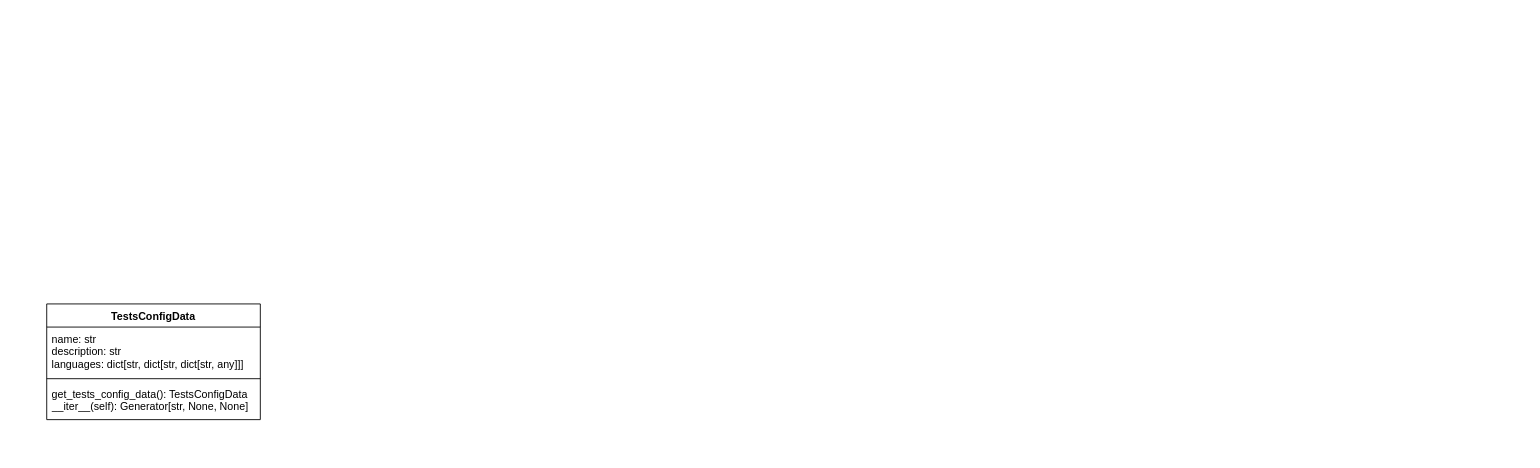
Above: docs/presentation/sources/fplb_class_diagram.drawio in eleven5150/mips-emulation (draw.io), before the change. Source tidied: cells renumbered, new cells numbered last; positions are measured from the earlier drawing's top-left corner, leaving out a move shared by most shapes. Both pictures are drawn from the tidied source at 89%, with x=0, y=0 at pixel (46, 303).
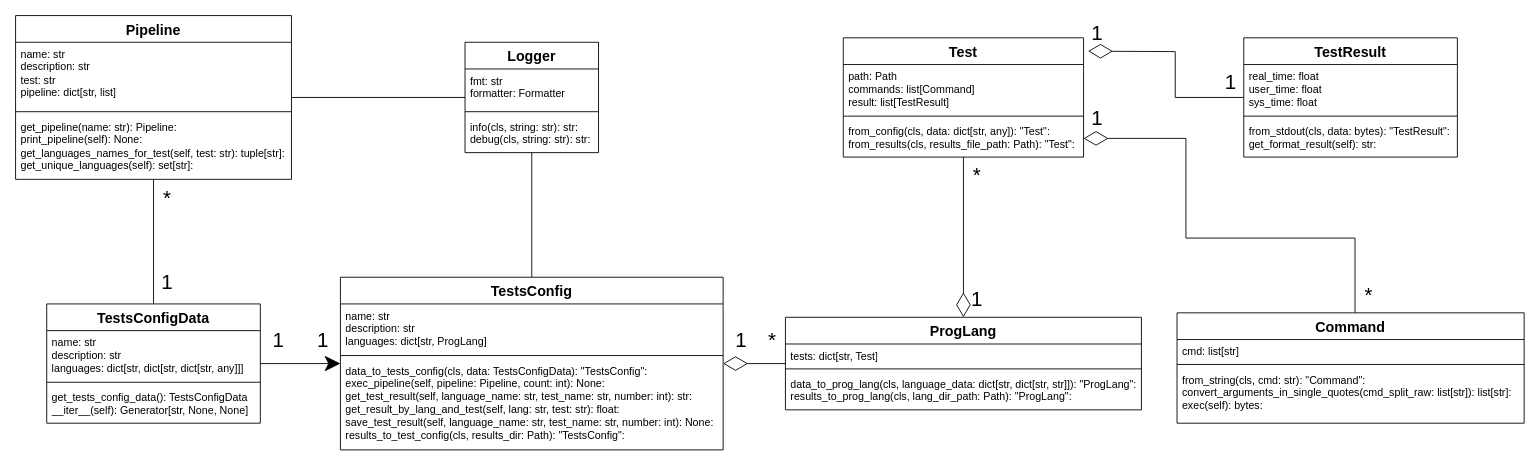
After the change.

Commit message (it also covers changes not shown here):
Added FPLB class diagram

What changed in the source:
```diff
@@
+    <mxCell id="6" style="edgeStyle=orthogonalEdgeStyle;rounded=0;jettySize=auto;html=1;endArrow=none;endFill=0;" parent="1" edge="1" source="2" target="7">
+      <mxGeometry relative="1" as="geometry" />
+    </mxCell>
-    <mxCell id="2" value="TestsConfigData" style="swimlane;fontStyle=1;align=center;verticalAlign=top;horizontal=1;startSize=26;whiteSpace=wrap;html=1;" parent="1" vertex="1">
-      <mxGeometry width="240" height="130" as="geometry" />
+    <mxCell id="2" value="&lt;font style=&quot;font-size: 16px;&quot;&gt;TestsConfigData&lt;/font&gt;" style="swimlane;fontStyle=1;align=center;verticalAlign=top;horizontal=1;startSize=30;whiteSpace=wrap;html=1;" parent="1" vertex="1">
+      <mxGeometry width="240" height="134" as="geometry" />
     </mxCell>
     <mxCell id="3" value="name: str&lt;div&gt;description: str&lt;br&gt;&lt;/div&gt;&lt;div&gt;languages: dict[str, dict[str, dict[str, any]]]&lt;br&gt;&lt;/div&gt;" style="text;strokeColor=none;fillColor=none;align=left;verticalAlign=top;spacingLeft=4;spacingRight=4;overflow=hidden;whiteSpace=wrap;html=1;" parent="2" vertex="1">
-      <mxGeometry y="26" width="240" height="54" as="geometry" />
+      <mxGeometry y="30" width="240" height="54" as="geometry" />
     </mxCell>
     <mxCell id="4" style="line;strokeWidth=1;fillColor=none;align=left;verticalAlign=middle;spacingTop=-1;spacingLeft=3;spacingRight=3;labelPosition=right;strokeColor=inherit;" parent="2" vertex="1">
-      <mxGeometry y="80" width="240" height="8" as="geometry" />
+      <mxGeometry y="84" width="240" height="8" as="geometry" />
     </mxCell>
     <mxCell id="5" value="get_tests_config_data(): TestsConfigData&lt;br&gt;__iter__(self): Generator[str, None, None]" style="text;strokeColor=none;fillColor=none;align=left;verticalAlign=top;spacingLeft=4;spacingRight=4;overflow=hidden;whiteSpace=wrap;html=1;" parent="2" vertex="1">
-      <mxGeometry y="88" width="240" height="42" as="geometry" />
+      <mxGeometry y="92" width="240" height="42" as="geometry" />
     </mxCell>
+    <mxCell id="7" value="&lt;font style=&quot;font-size: 16px;&quot;&gt;Pipeline&lt;/font&gt;" style="swimlane;fontStyle=1;align=center;verticalAlign=top;horizontal=1;startSize=30;whiteSpace=wrap;html=1;" parent="1" vertex="1">
+      <mxGeometry x="-35" y="-324" width="310" height="184" as="geometry" />
+    </mxCell>
+    <mxCell id="8" value="&lt;div&gt;name: str&lt;/div&gt;&lt;div&gt;description: str&lt;/div&gt;&lt;div&gt;test: str&lt;/div&gt;&lt;div&gt;pipeline: dict[str, list]&lt;/div&gt;" style="text;strokeColor=none;fillColor=none;align=left;verticalAlign=top;spacingLeft=4;spacingRight=4;overflow=hidden;whiteSpace=wrap;html=1;" parent="7" vertex="1">
+      <mxGeometry y="30" width="310" height="74" as="geometry" />
+    </mxCell>
+    <mxCell id="9" style="line;strokeWidth=1;fillColor=none;align=left;verticalAlign=middle;spacingTop=-1;spacingLeft=3;spacingRight=3;labelPosition=right;strokeColor=inherit;" parent="7" vertex="1">
+      <mxGeometry y="104" width="310" height="8" as="geometry" />
+    </mxCell>
+    <mxCell id="10" value="get_pipeline(name: str): Pipeline:&lt;br&gt;print_pipeline(self): None:&lt;br&gt;get_languages_names_for_test(self, test: str): tuple[str]:&lt;br&gt;get_unique_languages(self): set[str]:&lt;br&gt;&lt;br&gt;&lt;div&gt;&lt;br&gt;&lt;/div&gt;" style="text;strokeColor=none;fillColor=none;align=left;verticalAlign=top;spacingLeft=4;spacingRight=4;overflow=hidden;whiteSpace=wrap;html=1;" parent="7" vertex="1">
+      <mxGeometry y="112" width="310" height="72" as="geometry" />
+    </mxCell>
+    <mxCell id="11" value="&lt;font style=&quot;font-size: 16px;&quot;&gt;TestsConfig&lt;/font&gt;" style="swimlane;fontStyle=1;align=center;verticalAlign=top;horizontal=1;startSize=30;whiteSpace=wrap;html=1;" parent="1" vertex="1">
+      <mxGeometry x="330" y="-30" width="430" height="194" as="geometry" />
+    </mxCell>
+    <mxCell id="12" value="&lt;div&gt;name: str&lt;/div&gt;&lt;div&gt;description: str&lt;/div&gt;&lt;div&gt;languages: dict[str, ProgLang]&lt;/div&gt;" style="text;strokeColor=none;fillColor=none;align=left;verticalAlign=top;spacingLeft=4;spacingRight=4;overflow=hidden;whiteSpace=wrap;html=1;" parent="11" vertex="1">
+      <mxGeometry y="30" width="430" height="54" as="geometry" />
+    </mxCell>
+    <mxCell id="13" style="line;strokeWidth=1;fillColor=none;align=left;verticalAlign=middle;spacingTop=-1;spacingLeft=3;spacingRight=3;labelPosition=right;strokeColor=inherit;" parent="11" vertex="1">
+      <mxGeometry y="84" width="430" height="8" as="geometry" />
+    </mxCell>
+    <mxCell id="14" value="data_to_tests_config(cls, data: TestsConfigData): &quot;TestsConfig&quot;:&lt;br&gt;exec_pipeline(self, pipeline: Pipeline, count: int): None:&lt;br&gt;get_test_result(self, language_name: str, test_name: str, number: int): str:&lt;br&gt;get_result_by_lang_and_test(self, lang: str, test: str): float:&lt;br&gt;save_test_result(self, language_name: str, test_name: str, number: int): None:&lt;br&gt;results_to_test_config(cls, results_dir: Path): &quot;TestsConfig&quot;:" style="text;strokeColor=none;fillColor=none;align=left;verticalAlign=top;spacingLeft=4;spacingRight=4;overflow=hidden;whiteSpace=wrap;html=1;" parent="11" vertex="1">
+      <mxGeometry y="92" width="430" height="102" as="geometry" />
+    </mxCell>
+    <mxCell id="15" style="edgeStyle=orthogonalEdgeStyle;rounded=0;jettySize=auto;html=1;endArrow=diamondThin;endFill=0;endSize=25;" parent="1" edge="1" source="16" target="11">
+      <mxGeometry relative="1" as="geometry" />
+    </mxCell>
+    <mxCell id="16" value="&lt;font style=&quot;font-size: 16px;&quot;&gt;ProgLang&lt;/font&gt;" style="swimlane;fontStyle=1;align=center;verticalAlign=top;horizontal=1;startSize=30;whiteSpace=wrap;html=1;" parent="1" vertex="1">
+      <mxGeometry x="830" y="15" width="400" height="104" as="geometry" />
+    </mxCell>
+    <mxCell id="17" value="tests: dict[str, Test]" style="text;strokeColor=none;fillColor=none;align=left;verticalAlign=top;spacingLeft=4;spacingRight=4;overflow=hidden;whiteSpace=wrap;html=1;" parent="16" vertex="1">
+      <mxGeometry y="30" width="400" height="24" as="geometry" />
+    </mxCell>
+    <mxCell id="18" style="line;strokeWidth=1;fillColor=none;align=left;verticalAlign=middle;spacingTop=-1;spacingLeft=3;spacingRight=3;labelPosition=right;strokeColor=inherit;" parent="16" vertex="1">
+      <mxGeometry y="54" width="400" height="8" as="geometry" />
+    </mxCell>
+    <mxCell id="19" value="data_to_prog_lang(cls, language_data: dict[str, dict[str, str]]): &quot;ProgLang&quot;:&lt;br&gt;results_to_prog_lang(cls, lang_dir_path: Path): &quot;ProgLang&quot;:&lt;br&gt;&lt;div&gt;&lt;br&gt;&lt;/div&gt;" style="text;strokeColor=none;fillColor=none;align=left;verticalAlign=top;spacingLeft=4;spacingRight=4;overflow=hidden;whiteSpace=wrap;html=1;" parent="16" vertex="1">
+      <mxGeometry y="62" width="400" height="42" as="geometry" />
+    </mxCell>
+    <mxCell id="20" style="edgeStyle=orthogonalEdgeStyle;rounded=0;jettySize=auto;html=1;endArrow=diamondThin;endFill=0;endSize=25;" parent="1" edge="1" source="21" target="16">
+      <mxGeometry relative="1" as="geometry" />
+    </mxCell>
+    <mxCell id="21" value="&lt;font style=&quot;font-size: 16px;&quot;&gt;Test&lt;/font&gt;" style="swimlane;fontStyle=1;align=center;verticalAlign=top;horizontal=1;startSize=30;whiteSpace=wrap;html=1;" parent="1" vertex="1">
+      <mxGeometry x="895" y="-299" width="270" height="134" as="geometry" />
+    </mxCell>
+    <mxCell id="22" value="&lt;div&gt;path: Path&lt;/div&gt;&lt;div&gt;commands: list[Command]&lt;/div&gt;&lt;div&gt;&lt;span style=&quot;background-color: initial;&quot;&gt;result: list[TestResult]&lt;/span&gt;&lt;/div&gt;" style="text;strokeColor=none;fillColor=none;align=left;verticalAlign=top;spacingLeft=4;spacingRight=4;overflow=hidden;whiteSpace=wrap;html=1;" parent="21" vertex="1">
+      <mxGeometry y="30" width="270" height="54" as="geometry" />
+    </mxCell>
+    <mxCell id="23" style="line;strokeWidth=1;fillColor=none;align=left;verticalAlign=middle;spacingTop=-1;spacingLeft=3;spacingRight=3;labelPosition=right;strokeColor=inherit;" parent="21" vertex="1">
+      <mxGeometry y="84" width="270" height="8" as="geometry" />
+    </mxCell>
+    <mxCell id="24" value="from_config(cls, data: dict[str, any]): &quot;Test&quot;:&lt;br&gt;from_results(cls, results_file_path: Path): &quot;Test&quot;:" style="text;strokeColor=none;fillColor=none;align=left;verticalAlign=top;spacingLeft=4;spacingRight=4;overflow=hidden;points=[[0,0.5],[1,0.5]];portConstraint=eastwest;whiteSpace=wrap;html=1;" parent="21" vertex="1">
+      <mxGeometry y="92" width="270" height="42" as="geometry" />
+    </mxCell>
+    <mxCell id="25" style="edgeStyle=orthogonalEdgeStyle;rounded=0;jettySize=auto;html=1;entryX=1;entryY=0.5;entryDx=0;entryDy=0;endArrow=diamondThin;endFill=0;endSize=25;strokeWidth=1;" parent="1" edge="1" source="26" target="24">
+      <mxGeometry relative="1" as="geometry">
+        <Array as="points">
+          <mxPoint x="1470" y="-74" />
+          <mxPoint x="1280" y="-74" />
+          <mxPoint x="1280" y="-186" />
+        </Array>
+      </mxGeometry>
+    </mxCell>
+    <mxCell id="26" value="&lt;font style=&quot;font-size: 16px;&quot;&gt;Command&lt;/font&gt;" style="swimlane;fontStyle=1;align=center;verticalAlign=top;horizontal=1;startSize=30;whiteSpace=wrap;html=1;" parent="1" vertex="1">
+      <mxGeometry x="1270" y="10" width="390" height="124" as="geometry" />
+    </mxCell>
+    <mxCell id="27" value="cmd: list[str]" style="text;strokeColor=none;fillColor=none;align=left;verticalAlign=top;spacingLeft=4;spacingRight=4;overflow=hidden;whiteSpace=wrap;html=1;" parent="26" vertex="1">
+      <mxGeometry y="30" width="390" height="24" as="geometry" />
+    </mxCell>
+    <mxCell id="28" style="line;strokeWidth=1;fillColor=none;align=left;verticalAlign=middle;spacingTop=-1;spacingLeft=3;spacingRight=3;labelPosition=right;strokeColor=inherit;" parent="26" vertex="1">
+      <mxGeometry y="54" width="390" height="8" as="geometry" />
+    </mxCell>
+    <mxCell id="29" value="from_string(cls, cmd: str): &quot;Command&quot;:&lt;br&gt;convert_arguments_in_single_quotes(cmd_split_raw: list[str]): list[str]:&lt;br&gt;exec(self): bytes:" style="text;strokeColor=none;fillColor=none;align=left;verticalAlign=top;spacingLeft=4;spacingRight=4;overflow=hidden;whiteSpace=wrap;html=1;" parent="26" vertex="1">
+      <mxGeometry y="62" width="390" height="62" as="geometry" />
+    </mxCell>
+    <mxCell id="30" style="edgeStyle=orthogonalEdgeStyle;rounded=0;jettySize=auto;html=1;endArrow=diamondThin;endFill=0;endSize=25;" parent="1" edge="1" source="31">
+      <mxGeometry relative="1" as="geometry">
+        <mxPoint x="1170" y="-284" as="targetPoint" />
+      </mxGeometry>
+    </mxCell>
+    <mxCell id="31" value="&lt;font style=&quot;font-size: 16px;&quot;&gt;TestResult&lt;/font&gt;" style="swimlane;fontStyle=1;align=center;verticalAlign=top;horizontal=1;startSize=30;whiteSpace=wrap;html=1;" parent="1" vertex="1">
+      <mxGeometry x="1345" y="-299" width="240" height="134" as="geometry" />
+    </mxCell>
+    <mxCell id="32" value="&lt;div&gt;real_time: float&lt;/div&gt;&lt;div&gt;user_time: float&lt;/div&gt;&lt;div&gt;sys_time: float&lt;/div&gt;" style="text;strokeColor=none;fillColor=none;align=left;verticalAlign=top;spacingLeft=4;spacingRight=4;overflow=hidden;whiteSpace=wrap;html=1;" parent="31" vertex="1">
+      <mxGeometry y="30" width="240" height="54" as="geometry" />
+    </mxCell>
+    <mxCell id="33" style="line;strokeWidth=1;fillColor=none;align=left;verticalAlign=middle;spacingTop=-1;spacingLeft=3;spacingRight=3;labelPosition=right;strokeColor=inherit;" parent="31" vertex="1">
+      <mxGeometry y="84" width="240" height="8" as="geometry" />
+    </mxCell>
+    <mxCell id="34" value="from_stdout(cls, data: bytes): &quot;TestResult&quot;:&lt;div&gt;get_format_result(self): str:&lt;br&gt;&lt;/div&gt;" style="text;strokeColor=none;fillColor=none;align=left;verticalAlign=top;spacingLeft=4;spacingRight=4;overflow=hidden;whiteSpace=wrap;html=1;" parent="31" vertex="1">
+      <mxGeometry y="92" width="240" height="42" as="geometry" />
+    </mxCell>
+    <mxCell id="35" style="edgeStyle=orthogonalEdgeStyle;rounded=0;jettySize=auto;html=1;endArrow=none;endFill=0;" parent="1" edge="1" source="37" target="7">
+      <mxGeometry relative="1" as="geometry" />
+    </mxCell>
+    <mxCell id="36" style="edgeStyle=orthogonalEdgeStyle;rounded=0;jettySize=auto;html=1;entryX=0.5;entryY=0;entryDx=0;entryDy=0;endArrow=none;endFill=0;" parent="1" edge="1" source="37" target="11">
+      <mxGeometry relative="1" as="geometry" />
+    </mxCell>
+    <mxCell id="37" value="&lt;font style=&quot;font-size: 16px;&quot;&gt;Logger&lt;/font&gt;" style="swimlane;fontStyle=1;align=center;verticalAlign=top;horizontal=1;startSize=30;whiteSpace=wrap;html=1;" parent="1" vertex="1">
+      <mxGeometry x="470" y="-294" width="150" height="124" as="geometry" />
+    </mxCell>
+    <mxCell id="38" value="fmt: str&lt;br&gt;formatter:&amp;nbsp;Formatter" style="text;strokeColor=none;fillColor=none;align=left;verticalAlign=top;spacingLeft=4;spacingRight=4;overflow=hidden;whiteSpace=wrap;html=1;" parent="37" vertex="1">
+      <mxGeometry y="30" width="150" height="44" as="geometry" />
+    </mxCell>
+    <mxCell id="39" style="line;strokeWidth=1;fillColor=none;align=left;verticalAlign=middle;spacingTop=-1;spacingLeft=3;spacingRight=3;labelPosition=right;strokeColor=inherit;" parent="37" vertex="1">
+      <mxGeometry y="74" width="150" height="8" as="geometry" />
+    </mxCell>
+    <mxCell id="40" value="info(cls, string: str): str:&lt;br&gt;debug(cls, string: str): str:" style="text;strokeColor=none;fillColor=none;align=left;verticalAlign=top;spacingLeft=4;spacingRight=4;overflow=hidden;whiteSpace=wrap;html=1;" parent="37" vertex="1">
+      <mxGeometry y="82" width="150" height="42" as="geometry" />
+    </mxCell>
+    <mxCell id="41" value="1" style="text;html=1;align=center;verticalAlign=middle;strokeColor=none;fillColor=none;fontSize=23;" parent="1" vertex="1">
+      <mxGeometry x="115" y="-44" width="40" height="40" as="geometry" />
+    </mxCell>
+    <mxCell id="42" value="*" style="text;html=1;align=center;verticalAlign=middle;strokeColor=none;fillColor=none;fontSize=23;" parent="1" vertex="1">
+      <mxGeometry x="120" y="-139" width="30" height="40" as="geometry" />
+    </mxCell>
+    <mxCell id="43" style="edgeStyle=orthogonalEdgeStyle;rounded=0;jettySize=auto;html=1;endSize=15;" parent="1" edge="1" source="2" target="11">
+      <mxGeometry relative="1" as="geometry" />
+    </mxCell>
+    <mxCell id="44" value="1" style="text;html=1;align=center;verticalAlign=middle;strokeColor=none;fillColor=none;fontSize=23;" parent="1" vertex="1">
+      <mxGeometry x="760" y="21" width="40" height="40" as="geometry" />
+    </mxCell>
+    <mxCell id="45" value="*" style="text;html=1;align=center;verticalAlign=middle;strokeColor=none;fillColor=none;fontSize=23;" parent="1" vertex="1">
+      <mxGeometry x="800" y="21" width="30" height="40" as="geometry" />
+    </mxCell>
+    <mxCell id="46" value="1" style="text;html=1;align=center;verticalAlign=middle;strokeColor=none;fillColor=none;fontSize=23;" parent="1" vertex="1">
+      <mxGeometry x="1025" y="-25" width="40" height="40" as="geometry" />
+    </mxCell>
+    <mxCell id="47" value="*" style="text;html=1;align=center;verticalAlign=middle;strokeColor=none;fillColor=none;fontSize=23;" parent="1" vertex="1">
+      <mxGeometry x="1030" y="-165" width="30" height="40" as="geometry" />
+    </mxCell>
+    <mxCell id="48" value="1" style="text;html=1;align=center;verticalAlign=middle;strokeColor=none;fillColor=none;fontSize=23;" parent="1" vertex="1">
+      <mxGeometry x="1160" y="-324" width="40" height="40" as="geometry" />
+    </mxCell>
+    <mxCell id="49" value="1" style="text;html=1;align=center;verticalAlign=middle;strokeColor=none;fillColor=none;fontSize=23;" parent="1" vertex="1">
+      <mxGeometry x="1310" y="-269" width="40" height="40" as="geometry" />
+    </mxCell>
+    <mxCell id="50" value="1" style="text;html=1;align=center;verticalAlign=middle;strokeColor=none;fillColor=none;fontSize=23;" parent="1" vertex="1">
+      <mxGeometry x="1160" y="-229" width="40" height="40" as="geometry" />
+    </mxCell>
+    <mxCell id="51" value="*" style="text;html=1;align=center;verticalAlign=middle;strokeColor=none;fillColor=none;fontSize=23;" parent="1" vertex="1">
+      <mxGeometry x="1470" y="-30" width="30" height="40" as="geometry" />
+    </mxCell>
+    <mxCell id="52" value="1" style="text;html=1;align=center;verticalAlign=middle;strokeColor=none;fillColor=none;fontSize=23;" parent="1" vertex="1">
+      <mxGeometry x="240" y="21" width="40" height="40" as="geometry" />
+    </mxCell>
+    <mxCell id="53" value="1" style="text;html=1;align=center;verticalAlign=middle;strokeColor=none;fillColor=none;fontSize=23;" parent="1" vertex="1">
+      <mxGeometry x="290" y="21" width="40" height="40" as="geometry" />
+    </mxCell>
```
